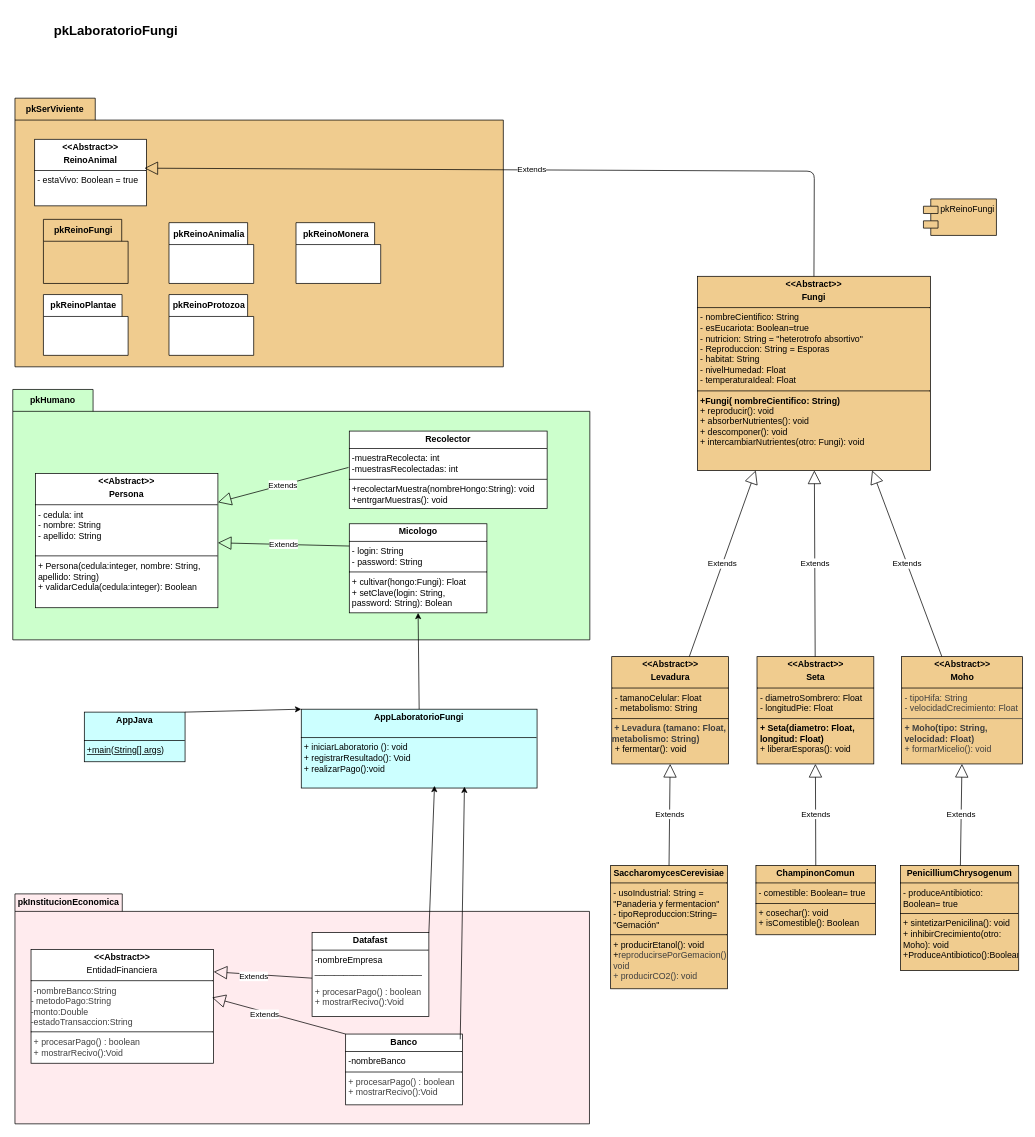
This is desing/Desing2/ClassDiagram.drawio from larry2004h-hash/ProyectoReinoFungi, a draw.io file, before an edit. Source tidied: cells renumbered, new cells numbered last; positions are measured from the earlier drawing's top-left corner, leaving out a move shared by most shapes. Both pictures are drawn from the tidied source at 73%, with x=0, y=0 at pixel (12, 12).
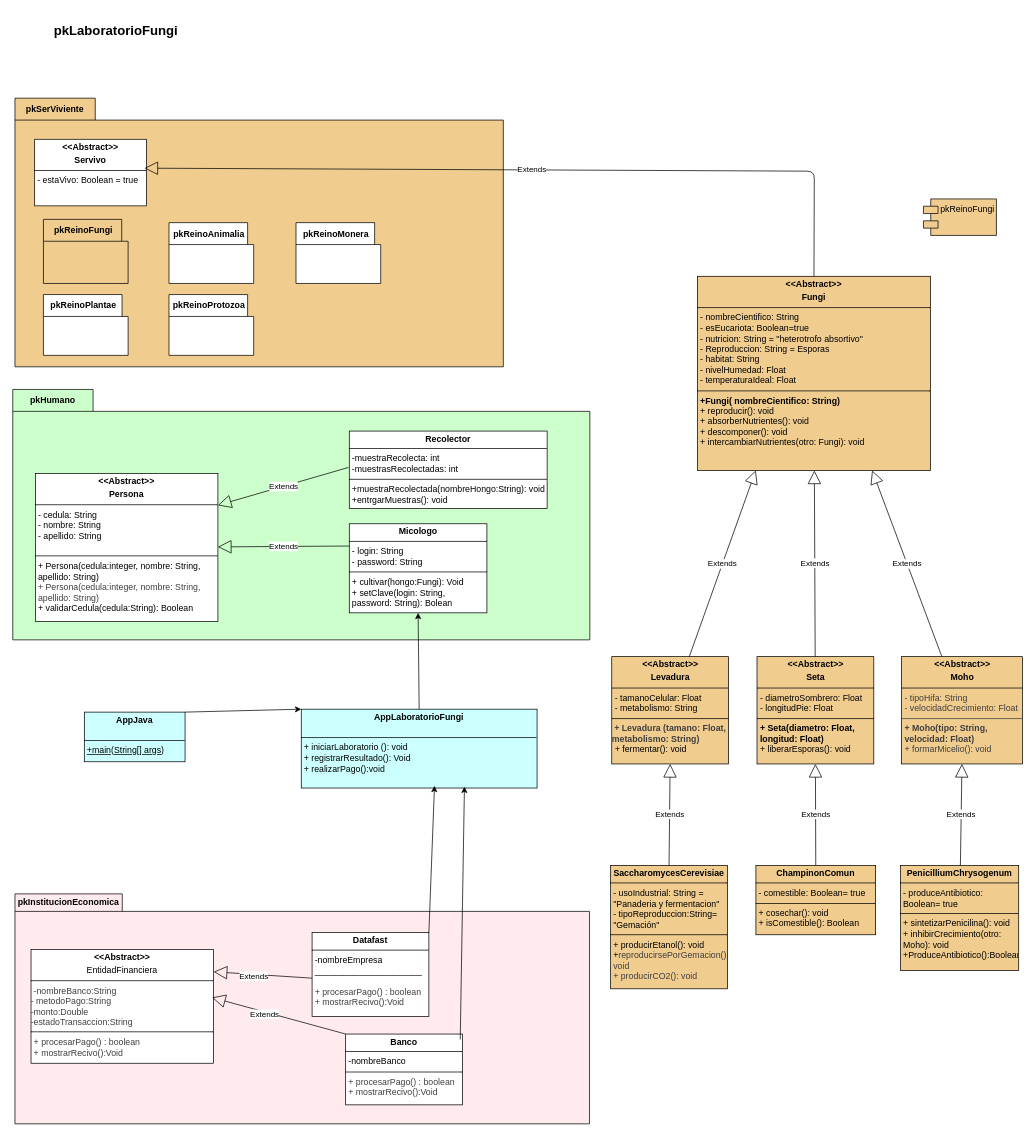
Above is the later version.

Unchanged cells that the change refers to:
```xml
<mxCell id="2" value="pkHumano" style="shape=folder;fontStyle=1;tabWidth=110;tabHeight=30;tabPosition=left;html=1;boundedLbl=1;labelInHeader=1;whiteSpace=wrap;fillColor=#CCFFCC;" parent="1" vertex="1">
  <mxGeometry y="516" width="790.5" height="343" as="geometry" />
</mxCell>
<mxCell id="18" value="pkSerViviente" style="shape=folder;fontStyle=1;tabWidth=110;tabHeight=30;tabPosition=left;html=1;boundedLbl=1;labelInHeader=1;whiteSpace=wrap;fillColor=#F0CC8F;" parent="1" vertex="1">
  <mxGeometry x="3" y="117" width="669" height="368" as="geometry" />
</mxCell>
```

Diff of the diagram source:
```diff
@@
-    <mxCell id="3" value="&lt;p style=&quot;margin:0px;margin-top:4px;text-align:center;&quot;&gt;&lt;b&gt;Micologo&lt;/b&gt;&lt;/p&gt;&lt;hr size=&quot;1&quot; style=&quot;border-style:solid;&quot;&gt;&lt;p style=&quot;margin:0px;margin-left:4px;&quot;&gt;- login: String&lt;/p&gt;&lt;p style=&quot;margin:0px;margin-left:4px;&quot;&gt;- password: String&lt;/p&gt;&lt;hr size=&quot;1&quot; style=&quot;border-style:solid;&quot;&gt;&lt;p style=&quot;margin:0px;margin-left:4px;&quot;&gt;+ cultivar(hongo:Fungi): Float&lt;/p&gt;&lt;p style=&quot;margin:0px;margin-left:4px;&quot;&gt;+ setClave(login: String, password: String): Bolean&lt;/p&gt;" style="verticalAlign=top;align=left;overflow=fill;html=1;whiteSpace=wrap;" parent="2" vertex="1">
+    <mxCell id="3" value="&lt;p style=&quot;margin:0px;margin-top:4px;text-align:center;&quot;&gt;&lt;b&gt;Micologo&lt;/b&gt;&lt;/p&gt;&lt;hr size=&quot;1&quot; style=&quot;border-style:solid;&quot;&gt;&lt;p style=&quot;margin:0px;margin-left:4px;&quot;&gt;- login: String&lt;/p&gt;&lt;p style=&quot;margin:0px;margin-left:4px;&quot;&gt;- password: String&lt;/p&gt;&lt;hr size=&quot;1&quot; style=&quot;border-style:solid;&quot;&gt;&lt;p style=&quot;margin:0px;margin-left:4px;&quot;&gt;+ cultivar(hongo:Fungi): Void&lt;/p&gt;&lt;p style=&quot;margin:0px;margin-left:4px;&quot;&gt;+ setClave(login: String, password: String): Bolean&lt;/p&gt;" style="verticalAlign=top;align=left;overflow=fill;html=1;whiteSpace=wrap;" parent="2" vertex="1">
       <mxGeometry x="461" y="184" width="188.5" height="122" as="geometry" />
     </mxCell>
-    <mxCell id="4" value="&lt;p style=&quot;margin:0px;margin-top:4px;text-align:center;&quot;&gt;&lt;b&gt;&amp;lt;&amp;lt;Abstract&amp;gt;&amp;gt;&lt;/b&gt;&lt;/p&gt;&lt;p style=&quot;margin:0px;margin-top:4px;text-align:center;&quot;&gt;&lt;b&gt;Persona&lt;/b&gt;&lt;/p&gt;&lt;hr size=&quot;1&quot; style=&quot;border-style:solid;&quot;&gt;&lt;p style=&quot;margin:0px;margin-left:4px;&quot;&gt;- cedula: int&lt;/p&gt;&lt;p style=&quot;margin:0px;margin-left:4px;&quot;&gt;- nombre: String&lt;/p&gt;&lt;p style=&quot;margin:0px;margin-left:4px;&quot;&gt;- apellido: String&lt;/p&gt;&lt;p style=&quot;margin:0px;margin-left:4px;&quot;&gt;&lt;br&gt;&lt;/p&gt;&lt;hr size=&quot;1&quot; style=&quot;border-style:solid;&quot;&gt;&lt;p style=&quot;margin:0px;margin-left:4px;&quot;&gt;+ Persona(cedula:integer, nombre: String, apellido: String)&lt;/p&gt;&lt;p style=&quot;margin:0px;margin-left:4px;&quot;&gt;+ validarCedula(cedula:integer): Boolean&lt;/p&gt;" style="verticalAlign=top;align=left;overflow=fill;html=1;whiteSpace=wrap;" parent="2" vertex="1">
-      <mxGeometry x="31" y="115" width="250" height="184" as="geometry" />
+    <mxCell id="4" value="&lt;p style=&quot;margin:0px;margin-top:4px;text-align:center;&quot;&gt;&lt;b&gt;&amp;lt;&amp;lt;Abstract&amp;gt;&amp;gt;&lt;/b&gt;&lt;/p&gt;&lt;p style=&quot;margin:0px;margin-top:4px;text-align:center;&quot;&gt;&lt;b&gt;Persona&lt;/b&gt;&lt;/p&gt;&lt;hr size=&quot;1&quot; style=&quot;border-style:solid;&quot;&gt;&lt;p style=&quot;margin:0px;margin-left:4px;&quot;&gt;- cedula: String&lt;/p&gt;&lt;p style=&quot;margin:0px;margin-left:4px;&quot;&gt;- nombre: String&lt;/p&gt;&lt;p style=&quot;margin:0px;margin-left:4px;&quot;&gt;- apellido: String&lt;/p&gt;&lt;p style=&quot;margin:0px;margin-left:4px;&quot;&gt;&lt;br&gt;&lt;/p&gt;&lt;hr size=&quot;1&quot; style=&quot;border-style:solid;&quot;&gt;&lt;p style=&quot;margin:0px;margin-left:4px;&quot;&gt;+ Persona(cedula:integer, nombre: String, apellido: String)&lt;/p&gt;&lt;p style=&quot;margin:0px;margin-left:4px;&quot;&gt;&lt;span style=&quot;color: rgb(63, 63, 63);&quot;&gt;+ Persona(cedula:integer, nombre: String, apellido: String)&lt;/span&gt;&lt;/p&gt;&lt;p style=&quot;margin:0px;margin-left:4px;&quot;&gt;+ validarCedula(cedula:String): Boolean&lt;/p&gt;" style="verticalAlign=top;align=left;overflow=fill;html=1;whiteSpace=wrap;" parent="2" vertex="1">
+      <mxGeometry x="31" y="115" width="250" height="203" as="geometry" />
     </mxCell>
@@
-    <mxCell id="7" value="&lt;p style=&quot;margin:0px;margin-top:4px;text-align:center;&quot;&gt;&lt;b&gt;Recolector&lt;/b&gt;&lt;/p&gt;&lt;hr style=&quot;border-style:solid;&quot; size=&quot;1&quot;&gt;&lt;p style=&quot;scrollbar-color: rgb(75, 75, 75) rgb(27, 29, 30); margin: 0px 0px 0px 4px;&quot;&gt;-muestraRecolecta: int&lt;/p&gt;&lt;p style=&quot;scrollbar-color: rgb(75, 75, 75) rgb(27, 29, 30); margin: 0px 0px 0px 4px;&quot;&gt;-muestrasRecolectadas: int&lt;/p&gt;&lt;hr style=&quot;border-style:solid;&quot; size=&quot;1&quot;&gt;&lt;p style=&quot;scrollbar-color: rgb(75, 75, 75) rgb(27, 29, 30); margin: 0px 0px 0px 4px;&quot;&gt;+recolectarMuestra(nombreHongo:String): void&lt;/p&gt;&lt;p style=&quot;scrollbar-color: rgb(75, 75, 75) rgb(27, 29, 30); margin: 0px 0px 0px 4px;&quot;&gt;+entrgarMuestras(): void&lt;/p&gt;" style="verticalAlign=top;align=left;overflow=fill;html=1;whiteSpace=wrap;fontColor=default;" parent="2" vertex="1">
+    <mxCell id="7" value="&lt;p style=&quot;margin:0px;margin-top:4px;text-align:center;&quot;&gt;&lt;b&gt;Recolector&lt;/b&gt;&lt;/p&gt;&lt;hr style=&quot;border-style:solid;&quot; size=&quot;1&quot;&gt;&lt;p style=&quot;scrollbar-color: rgb(75, 75, 75) rgb(27, 29, 30); margin: 0px 0px 0px 4px;&quot;&gt;-muestraRecolecta: int&lt;/p&gt;&lt;p style=&quot;scrollbar-color: rgb(75, 75, 75) rgb(27, 29, 30); margin: 0px 0px 0px 4px;&quot;&gt;-muestrasRecolectadas: int&lt;/p&gt;&lt;hr style=&quot;border-style:solid;&quot; size=&quot;1&quot;&gt;&lt;p style=&quot;scrollbar-color: rgb(75, 75, 75) rgb(27, 29, 30); margin: 0px 0px 0px 4px;&quot;&gt;+muestraRecolectada(nombreHongo:String): void&lt;/p&gt;&lt;p style=&quot;scrollbar-color: rgb(75, 75, 75) rgb(27, 29, 30); margin: 0px 0px 0px 4px;&quot;&gt;+entrgarMuestras(): void&lt;/p&gt;" style="verticalAlign=top;align=left;overflow=fill;html=1;whiteSpace=wrap;fontColor=default;" parent="2" vertex="1">
       <mxGeometry x="461" y="57" width="271" height="106" as="geometry" />
     </mxCell>
@@
-    <mxCell id="22" value="&lt;p style=&quot;margin:0px;margin-top:4px;text-align:center;&quot;&gt;&lt;b&gt;&amp;lt;&amp;lt;Abstract&amp;gt;&amp;gt;&lt;/b&gt;&lt;/p&gt;&lt;p style=&quot;margin:0px;margin-top:4px;text-align:center;&quot;&gt;&lt;b&gt;ReinoAnimal&lt;/b&gt;&lt;/p&gt;&lt;hr size=&quot;1&quot; style=&quot;border-style:solid;&quot;&gt;&lt;p style=&quot;margin:0px;margin-left:4px;&quot;&gt;- estaVivo: Boolean = true&lt;/p&gt;" style="verticalAlign=top;align=left;overflow=fill;html=1;whiteSpace=wrap;fillColor=#FFFFFF;" parent="18" vertex="1">
+    <mxCell id="22" value="&lt;p style=&quot;margin:0px;margin-top:4px;text-align:center;&quot;&gt;&lt;b&gt;&amp;lt;&amp;lt;Abstract&amp;gt;&amp;gt;&lt;/b&gt;&lt;/p&gt;&lt;p style=&quot;margin:0px;margin-top:4px;text-align:center;&quot;&gt;&lt;b&gt;Servivo&lt;/b&gt;&lt;/p&gt;&lt;hr size=&quot;1&quot; style=&quot;border-style:solid;&quot;&gt;&lt;p style=&quot;margin:0px;margin-left:4px;&quot;&gt;- estaVivo: Boolean = true&lt;/p&gt;" style="verticalAlign=top;align=left;overflow=fill;html=1;whiteSpace=wrap;fillColor=#FFFFFF;" parent="18" vertex="1">
       <mxGeometry x="27" y="56.3" width="153" height="91.2" as="geometry" />
     </mxCell>
```
